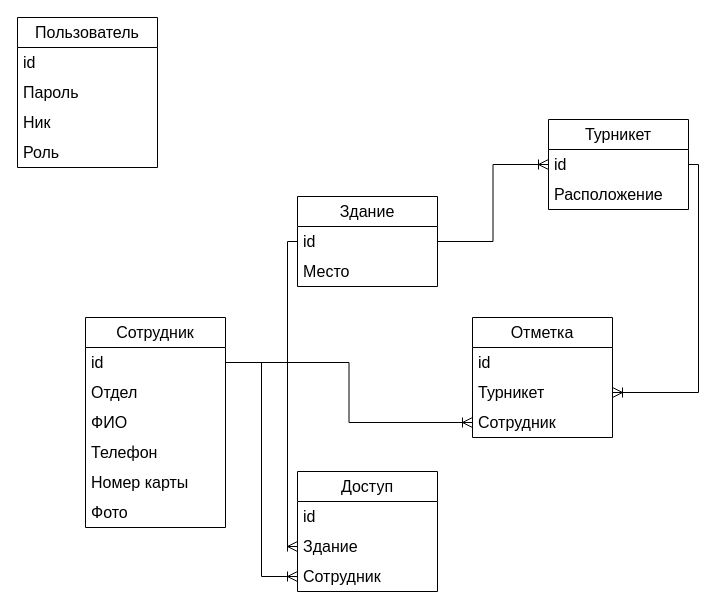
This is схема.drawio from MaxHaPa6oTe/back_tyrniket, a draw.io file, before an edit. Source tidied: cells renumbered, new cells numbered last; positions are measured from the earlier drawing's top-left corner, leaving out a move shared by most shapes. Both pictures are drawn from the tidied source at 100%, with x=0, y=0 at pixel (17, 17).
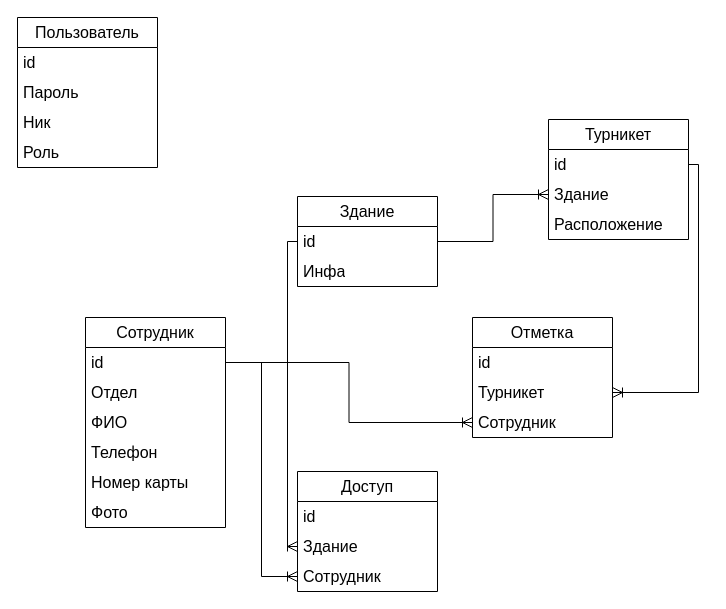
The same page after the edit.

Unchanged cells that the change refers to:
```xml
<mxCell id="15" value="id" style="text;strokeColor=none;fillColor=none;align=left;verticalAlign=middle;spacingLeft=4;spacingRight=4;overflow=hidden;points=[[0,0.5],[1,0.5]];portConstraint=eastwest;whiteSpace=wrap;html=1;fontSize=16;" parent="14" vertex="1">
  <mxGeometry y="30" width="140" height="30" as="geometry" />
</mxCell>
<mxCell id="28" value="Здание" style="swimlane;fontStyle=0;horizontal=1;startSize=30;whiteSpace=wrap;html=1;fontSize=16;" parent="1" vertex="1">
  <mxGeometry x="280" y="179" width="140" height="90" as="geometry" />
</mxCell>
<mxCell id="29" value="id" style="text;strokeColor=none;fillColor=none;align=left;verticalAlign=middle;spacingLeft=4;spacingRight=4;overflow=hidden;points=[[0,0.5],[1,0.5]];portConstraint=eastwest;whiteSpace=wrap;html=1;fontSize=16;" parent="28" vertex="1">
  <mxGeometry y="30" width="140" height="30" as="geometry" />
</mxCell>
```

Diff of the diagram source:
```diff
@@
     <mxCell id="14" value="Турникет" style="swimlane;fontStyle=0;horizontal=1;startSize=30;whiteSpace=wrap;html=1;fontSize=16;" parent="1" vertex="1">
-      <mxGeometry x="531" y="102" width="140" height="90" as="geometry" />
+      <mxGeometry x="531" y="102" width="140" height="120" as="geometry" />
     </mxCell>
@@
+    <mxCell id="33" value="Здание" style="text;strokeColor=none;fillColor=none;align=left;verticalAlign=middle;spacingLeft=4;spacingRight=4;overflow=hidden;points=[[0,0.5],[1,0.5]];portConstraint=eastwest;whiteSpace=wrap;html=1;fontSize=16;" parent="14" vertex="1">
+      <mxGeometry y="60" width="140" height="30" as="geometry" />
+    </mxCell>
     <mxCell id="16" value="Расположение" style="text;strokeColor=none;fillColor=none;align=left;verticalAlign=middle;spacingLeft=4;spacingRight=4;overflow=hidden;whiteSpace=wrap;html=1;fontSize=16;" parent="14" vertex="1">
-      <mxGeometry y="60" width="140" height="30" as="geometry" />
+      <mxGeometry y="90" width="140" height="30" as="geometry" />
     </mxCell>
@@
-    <mxCell id="30" value="Место" style="text;strokeColor=none;fillColor=none;align=left;verticalAlign=middle;spacingLeft=4;spacingRight=4;overflow=hidden;whiteSpace=wrap;html=1;fontSize=16;" parent="28" vertex="1">
+    <mxCell id="30" value="Инфа" style="text;strokeColor=none;fillColor=none;align=left;verticalAlign=middle;spacingLeft=4;spacingRight=4;overflow=hidden;whiteSpace=wrap;html=1;fontSize=16;" parent="28" vertex="1">
       <mxGeometry y="60" width="140" height="30" as="geometry" />
     </mxCell>
-    <mxCell id="31" style="edgeStyle=orthogonalEdgeStyle;fontSize=12;html=1;endArrow=ERoneToMany;rounded=0;startSize=8;endSize=8;" parent="1" edge="1" source="29" target="15">
+    <mxCell id="31" style="edgeStyle=orthogonalEdgeStyle;fontSize=12;html=1;endArrow=ERoneToMany;rounded=0;startSize=8;endSize=8;" parent="1" edge="1" source="29" target="33">
       <mxGeometry relative="1" as="geometry" />
     </mxCell>
```
